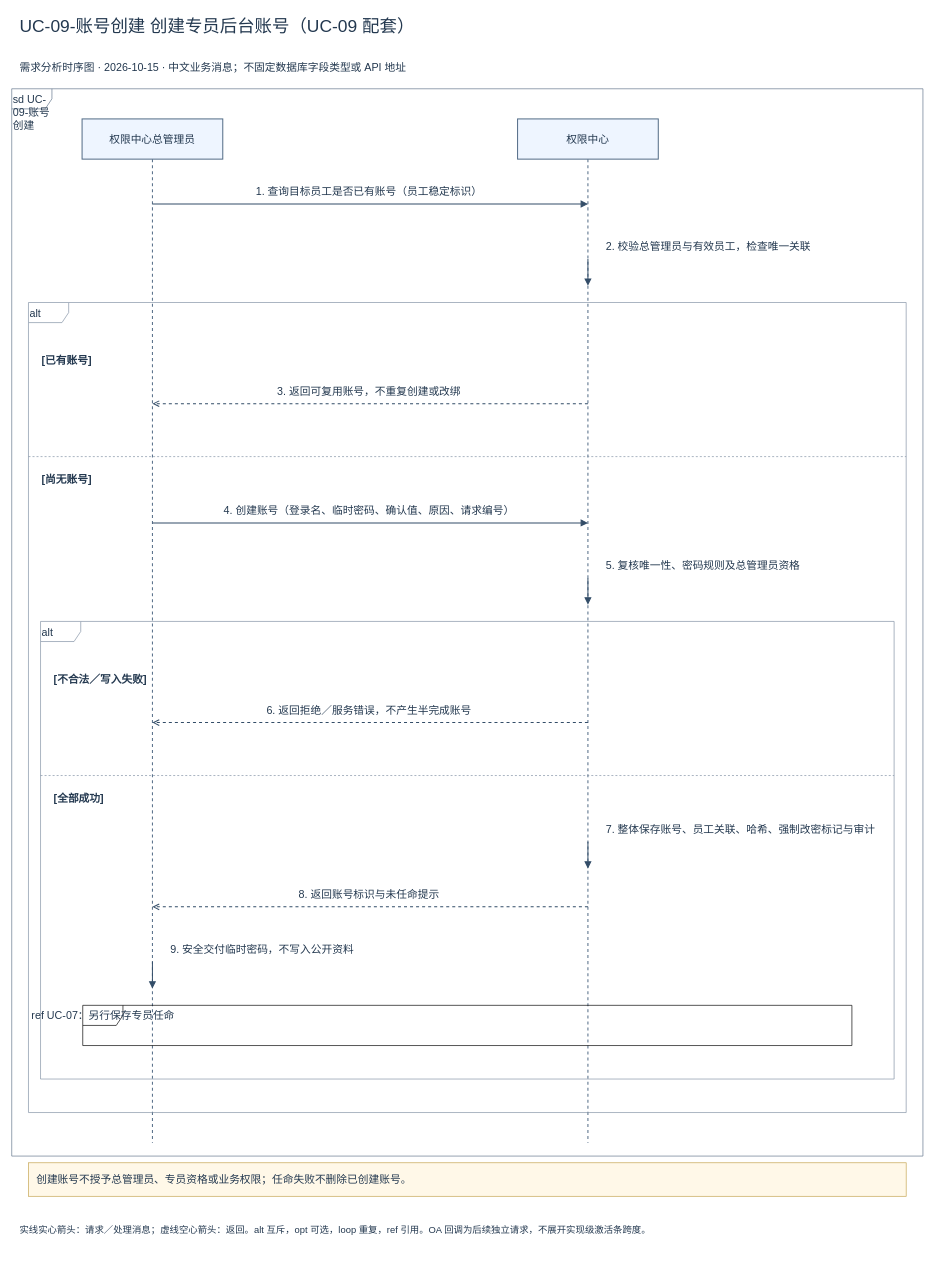
Above: page "UC-09-账号创建 创建权限管理员后台账号（UC-09 配套）" (2 of 5) of docs/sequences-v1/UC-09_管理员登录与退出_时序图.drawio in Noah-hope/RBAC-admin (draw.io), before the change. Source tidied: cells renumbered, new cells numbered last; positions are measured from the earlier drawing's top-left corner, leaving out a move shared by most shapes. Both pictures are drawn from the tidied source at 67%, with x=0, y=0 at pixel (11, 11).
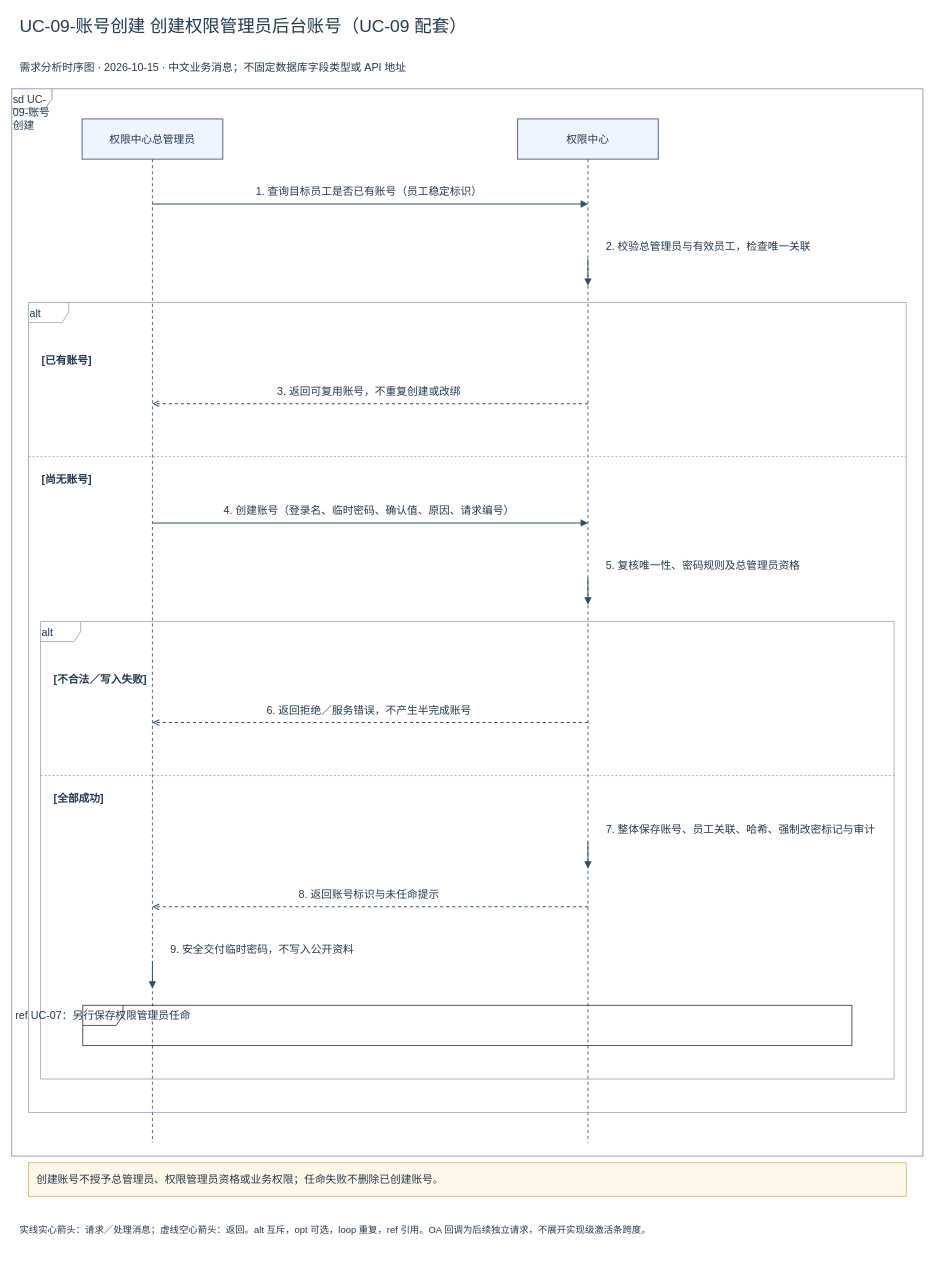
The same page after the edit.

The edit, as a diff of the source:
```diff
@@
-    <mxCell id="3" value="UC-09-账号创建 创建专员后台账号（UC-09 配套）" style="html=1;fontFamily=Microsoft YaHei;fontSize=16;fontColor=#23384f;text;align=left;fontSize=26;fillColor=none;strokeColor=none;" parent="1" vertex="1">
+    <mxCell id="3" value="UC-09-账号创建 创建权限管理员后台账号（UC-09 配套）" style="html=1;fontFamily=Microsoft YaHei;fontSize=16;fontColor=#23384f;text;align=left;fontSize=26;fillColor=none;strokeColor=none;" parent="1" vertex="1">
       <mxGeometry x="10" width="1340" height="60" as="geometry" />
     </mxCell>
@@
-    <mxCell id="33" value="ref UC-07：另行保存专员任命" style="html=1;fontFamily=Microsoft YaHei;fontSize=16;fontColor=#23384f;shape=umlFrame;" parent="1" vertex="1">
+    <mxCell id="33" value="ref UC-07：另行保存权限管理员任命" style="html=1;fontFamily=Microsoft YaHei;fontSize=16;fontColor=#23384f;shape=umlFrame;" parent="1" vertex="1">
       <mxGeometry x="106" y="1483" width="1148" height="60" as="geometry" />
     </mxCell>
-    <mxCell id="34" value="创建账号不授予总管理员、专员资格或业务权限；任命失败不删除已创建账号。" style="html=1;fontFamily=Microsoft YaHei;fontSize=16;fontColor=#23384f;rounded=0;whiteSpace=wrap;align=left;spacing=12;fillColor=#fff8e8;strokeColor=#c4a34f;" parent="1" vertex="1">
+    <mxCell id="34" value="创建账号不授予总管理员、权限管理员资格或业务权限；任命失败不删除已创建账号。" style="html=1;fontFamily=Microsoft YaHei;fontSize=16;fontColor=#23384f;rounded=0;whiteSpace=wrap;align=left;spacing=12;fillColor=#fff8e8;strokeColor=#c4a34f;" parent="1" vertex="1">
       <mxGeometry x="25" y="1718" width="1310" height="50" as="geometry" />
     </mxCell>
```
